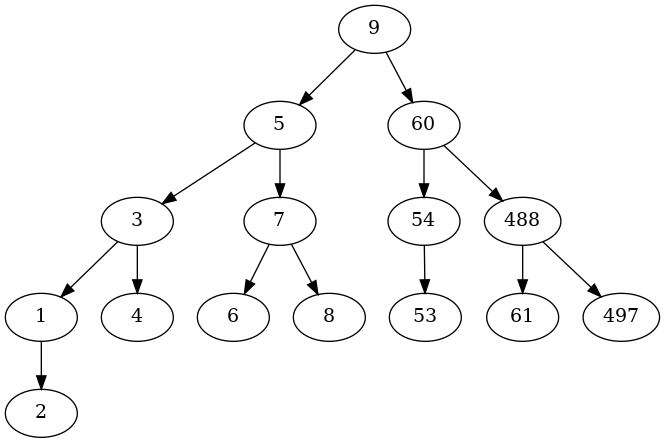
This is lab_07/avltree.png from sachatarba/bmstu_tads_labs, a Graphviz export, as it was before one commit. Its source is kept beside it as lab_07/avltree.gv.
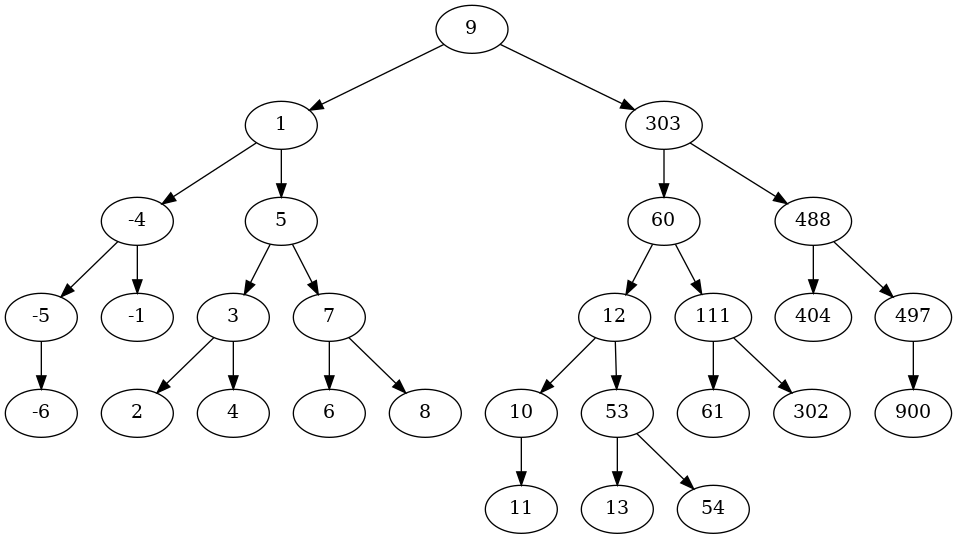
Above is the later version.

Diff of the diagram source:
```diff
@@ -1,16 +1,29 @@
 digraph avl {
-9 -> 5;
-9 -> 60;
+9 -> 1;
+9 -> 303;
+1 -> -4;
+1 -> 5;
+-4 -> -5;
+-4 -> -1;
+-5 -> -6;
 5 -> 3;
 5 -> 7;
-3 -> 1;
+3 -> 2;
 3 -> 4;
-1 -> 2;
 7 -> 6;
 7 -> 8;
-60 -> 54;
-60 -> 488;
-54 -> 53;
-488 -> 61;
+303 -> 60;
+303 -> 488;
+60 -> 12;
+60 -> 111;
+12 -> 10;
+12 -> 53;
+10 -> 11;
+53 -> 13;
+53 -> 54;
+111 -> 61;
+111 -> 302;
+488 -> 404;
 488 -> 497;
+497 -> 900;
 }
```
